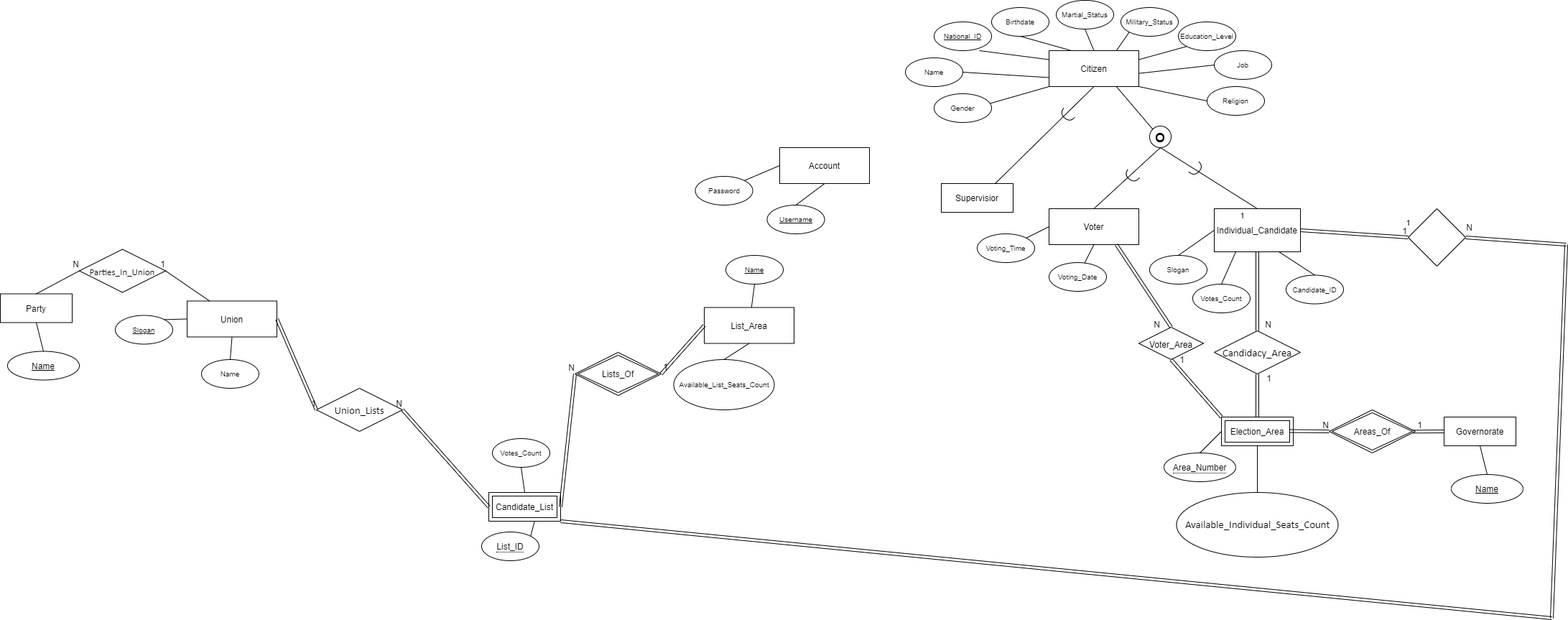
Above: ERD.png in ziad-khobeiz/e-voting-system (draw.io), before the change. Source tidied: cells renumbered, new cells last; positions are measured from the earlier drawing's top-left corner, leaving out a move shared by most shapes.
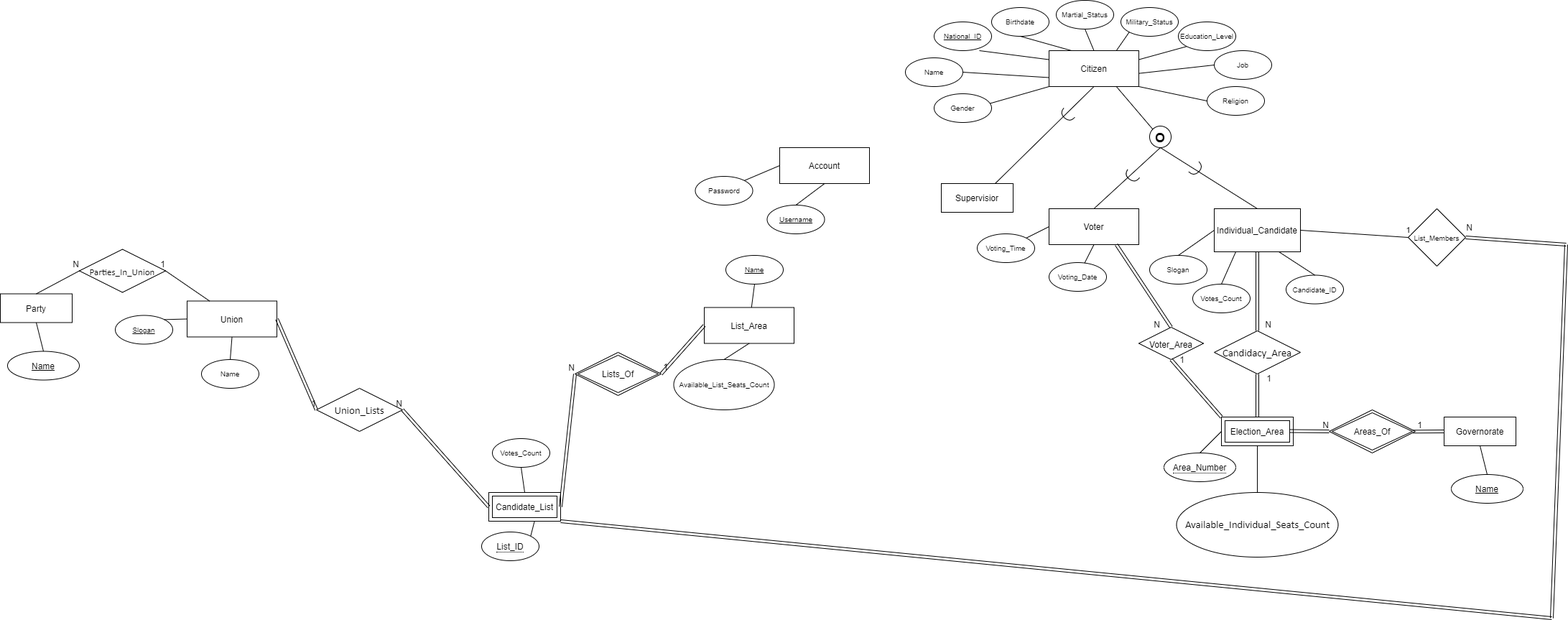
After the change.

Diff of the diagram source:
```diff
@@ -341,21 +341,13 @@
         <mxPoint x="2160" y="860" as="targetPoint" />
       </mxGeometry>
     </mxCell>
-    <mxCell id="105" style="rhombus;whiteSpace=wrap;html=1;" parent="1" vertex="1">
+    <mxCell id="105" value="&lt;font style=&quot;font-size: 10px&quot;&gt;List_Members&lt;/font&gt;" style="rhombus;whiteSpace=wrap;html=1;" parent="1" vertex="1">
       <mxGeometry x="1960" y="290" width="80" height="80" as="geometry" />
     </mxCell>
-    <mxCell id="106" value="1" style="shape=link;html=1;rounded=0;exitX=1;exitY=0.5;exitDx=0;exitDy=0;entryX=0;entryY=0.5;entryDx=0;entryDy=0;" parent="1" edge="1" source="30" target="105">
-      <mxGeometry x="-1" y="82" relative="1" as="geometry">
-        <mxPoint x="-86" y="62" as="offset" />
-      </mxGeometry>
-    </mxCell>
-    <mxCell id="107" value="1" style="html=1;align=right;verticalAlign=bottom;" parent="106" vertex="1">
-      <mxGeometry x="1" relative="1" as="geometry" />
-    </mxCell>
     <mxCell id="108" value="1" style="shape=link;html=1;rounded=0;exitX=1;exitY=0.5;exitDx=0;exitDy=0;" parent="1" edge="1" source="105">
-      <mxGeometry x="-1" y="82" relative="1" as="geometry">
+      <mxGeometry x="-1" y="81" relative="1" as="geometry">
         <mxPoint x="2180" y="340" as="targetPoint" />
-        <mxPoint x="-86" y="62" as="offset" />
+        <mxPoint x="-86" y="71" as="offset" />
       </mxGeometry>
     </mxCell>
     <mxCell id="109" value="N" style="html=1;align=right;verticalAlign=bottom;" parent="108" vertex="1">
@@ -363,5 +355,10 @@
         <mxPoint x="-130.3" y="-15" as="offset" />
       </mxGeometry>
     </mxCell>
+    <mxCell id="110" style="endArrow=none;html=1;entryX=1;entryY=0.5;entryDx=0;entryDy=0;exitX=0.5;exitY=0;exitDx=0;exitDy=0;" parent="1" edge="1" target="30">
+      <mxGeometry relative="1" as="geometry">
+        <mxPoint x="1960" y="330" as="sourcePoint" />
+      </mxGeometry>
+    </mxCell>
   </root>
 </mxGraphModel>
```
